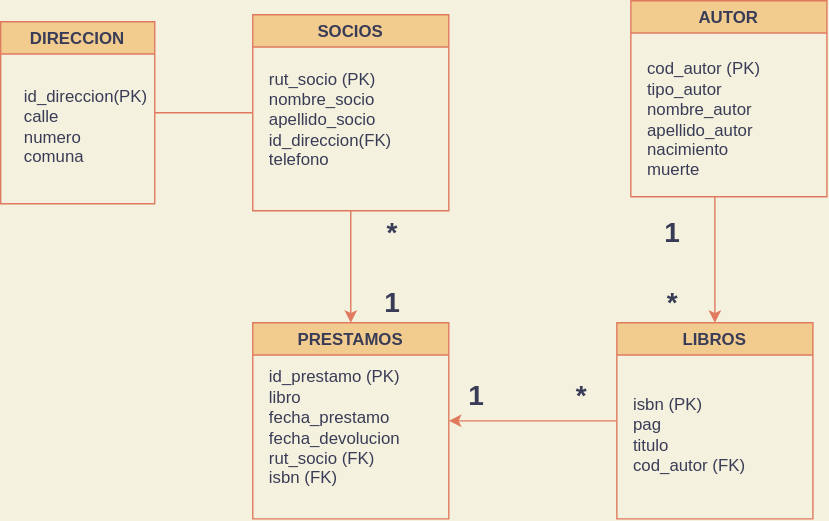
This is Modelo_Logico_02.svg from latiscool/BD_Bilbioteca_LTG, a draw.io export, as it was before one commit. Source tidied: cells renumbered, new cells last; positions are measured from the earlier drawing's top-left corner, leaving out a move shared by most shapes.
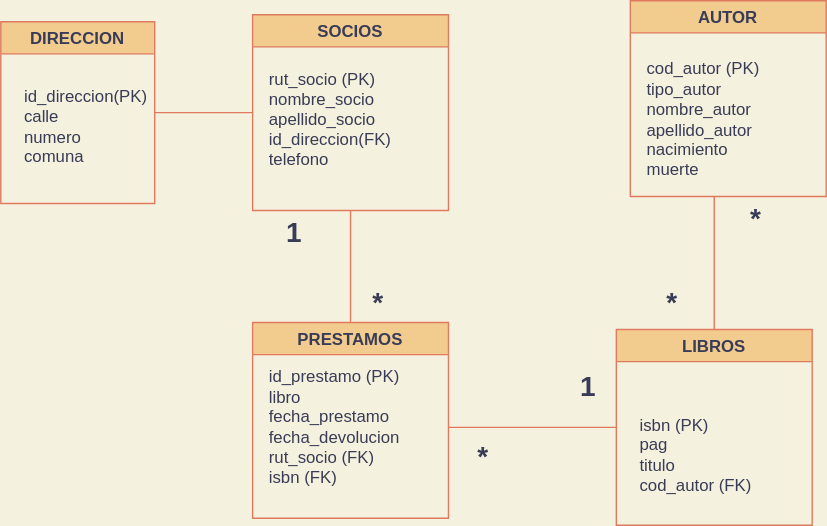
Later version of the same file.

What changed in the source:
```diff
@@ -2,37 +2,23 @@
   <root>
     <mxCell id="0" />
     <mxCell id="1" parent="0" />
-    <mxCell id="2" style="edgeStyle=orthogonalEdgeStyle;rounded=0;jettySize=auto;html=1;labelBackgroundColor=#F4F1DE;strokeColor=#E07A5F;fontColor=#393C56;" parent="1" edge="1" source="3" target="6">
-      <mxGeometry relative="1" as="geometry" />
-    </mxCell>
     <mxCell id="3" value="SOCIOS" style="swimlane;fillColor=#F2CC8F;strokeColor=#E07A5F;fontColor=#393C56;" parent="1" vertex="1">
       <mxGeometry x="180" y="10" width="140" height="140" as="geometry" />
     </mxCell>
     <mxCell id="4" value="&lt;blockquote style=&quot;margin: 0 0 0 40px ; border: none ; padding: 0px&quot;&gt;&lt;/blockquote&gt;&lt;span&gt;rut_socio (PK)&lt;/span&gt;&lt;br&gt;&lt;blockquote style=&quot;margin: 0 0 0 40px ; border: none ; padding: 0px&quot;&gt;&lt;/blockquote&gt;&lt;span&gt;nombre_socio&lt;/span&gt;&lt;br&gt;&lt;blockquote style=&quot;margin: 0 0 0 40px ; border: none ; padding: 0px&quot;&gt;&lt;/blockquote&gt;&lt;span&gt;apellido_socio&lt;/span&gt;&lt;br&gt;&lt;blockquote style=&quot;margin: 0 0 0 40px ; border: none ; padding: 0px&quot;&gt;&lt;/blockquote&gt;&lt;span&gt;id_direccion(FK)&lt;/span&gt;&lt;br&gt;&lt;span&gt;telefono&lt;/span&gt;" style="text;html=1;strokeColor=none;fillColor=none;align=left;verticalAlign=middle;whiteSpace=wrap;rounded=0;fontColor=#393C56;" parent="3" vertex="1">
       <mxGeometry x="10" y="20" width="120" height="110" as="geometry" />
     </mxCell>
-    <mxCell id="5" style="edgeStyle=orthogonalEdgeStyle;rounded=0;jettySize=auto;html=1;labelBackgroundColor=#F4F1DE;strokeColor=#E07A5F;fontColor=#393C56;endArrow=none;endFill=0;startArrow=classic;startFill=1;" parent="1" edge="1" source="6" target="10">
-      <mxGeometry relative="1" as="geometry" />
-    </mxCell>
     <mxCell id="6" value="PRESTAMOS" style="swimlane;startSize=23;fillColor=#F2CC8F;strokeColor=#E07A5F;fontColor=#393C56;" parent="1" vertex="1">
       <mxGeometry x="180" y="230" width="140" height="140" as="geometry" />
     </mxCell>
-    <mxCell id="7" value="&lt;font style=&quot;font-size: 20px;&quot;&gt;&lt;b style=&quot;font-size: 20px;&quot;&gt;1&lt;/b&gt;&lt;/font&gt;" style="text;html=1;strokeColor=none;fillColor=none;align=center;verticalAlign=middle;whiteSpace=wrap;rounded=0;fontSize=20;fontColor=#393C56;" parent="6" vertex="1">
-      <mxGeometry x="70" y="-30" width="60" height="30" as="geometry" />
-    </mxCell>
     <mxCell id="8" value="&lt;blockquote style=&quot;margin: 0 0 0 40px ; border: none ; padding: 0px&quot;&gt;&lt;/blockquote&gt;id_prestamo (PK)&lt;br&gt;libro&lt;br&gt;fecha_prestamo&lt;br&gt;fecha_devolucion&lt;br&gt;rut_socio (FK)&lt;br&gt;isbn (FK)" style="text;html=1;strokeColor=none;fillColor=none;align=left;verticalAlign=middle;whiteSpace=wrap;rounded=0;fontColor=#393C56;" parent="6" vertex="1">
       <mxGeometry x="10" y="20" width="130" height="110" as="geometry" />
     </mxCell>
-    <mxCell id="9" style="edgeStyle=orthogonalEdgeStyle;rounded=0;jettySize=auto;html=1;labelBackgroundColor=#F4F1DE;strokeColor=#E07A5F;fontColor=#393C56;exitX=0.5;exitY=1;exitDx=0;exitDy=0;entryX=0.5;entryY=0;entryDx=0;entryDy=0;" parent="1" edge="1" target="10">
-      <mxGeometry relative="1" as="geometry">
-        <mxPoint x="510" y="140" as="sourcePoint" />
-      </mxGeometry>
-    </mxCell>
     <mxCell id="10" value="LIBROS" style="swimlane;startSize=23;fillColor=#F2CC8F;strokeColor=#E07A5F;fontColor=#393C56;" parent="1" vertex="1">
-      <mxGeometry x="440" y="230" width="140" height="140" as="geometry" />
+      <mxGeometry x="440" y="235" width="140" height="140" as="geometry" />
     </mxCell>
     <mxCell id="11" value="&lt;div&gt;&lt;span&gt;isbn (PK)&lt;/span&gt;&lt;/div&gt;&lt;div&gt;&lt;span&gt;pag&lt;/span&gt;&lt;/div&gt;&lt;div&gt;&lt;span&gt;titulo&lt;/span&gt;&lt;/div&gt;&lt;div&gt;&lt;span&gt;cod_autor (FK)&lt;/span&gt;&lt;/div&gt;" style="text;html=1;strokeColor=none;fillColor=none;align=left;verticalAlign=middle;whiteSpace=wrap;rounded=0;sketch=0;fontColor=#393C56;" parent="10" vertex="1">
-      <mxGeometry x="10" y="30" width="110" height="100" as="geometry" />
+      <mxGeometry x="15" y="40" width="110" height="100" as="geometry" />
     </mxCell>
     <mxCell id="12" value="AUTOR" style="swimlane;fillColor=#F2CC8F;strokeColor=#E07A5F;fontColor=#393C56;" parent="1" vertex="1">
       <mxGeometry x="450" width="140" height="140" as="geometry" />
@@ -41,17 +27,14 @@
       <mxGeometry x="10" y="30" width="120" height="110" as="geometry" />
     </mxCell>
     <mxCell id="14" value="&lt;font style=&quot;font-size: 20px;&quot;&gt;&lt;b style=&quot;font-size: 20px;&quot;&gt;*&lt;/b&gt;&lt;/font&gt;" style="text;html=1;strokeColor=none;fillColor=none;align=center;verticalAlign=middle;whiteSpace=wrap;rounded=0;fontSize=20;fontColor=#393C56;" parent="1" vertex="1">
-      <mxGeometry x="250" y="150" width="60" height="30" as="geometry" />
+      <mxGeometry x="240" y="200" width="60" height="30" as="geometry" />
     </mxCell>
     <mxCell id="15" value="&lt;font style=&quot;font-size: 20px;&quot;&gt;&lt;b style=&quot;font-size: 20px;&quot;&gt;1&lt;/b&gt;&lt;/font&gt;" style="text;html=1;strokeColor=none;fillColor=none;align=center;verticalAlign=middle;whiteSpace=wrap;rounded=0;fontSize=20;fontColor=#393C56;" parent="1" vertex="1">
-      <mxGeometry x="310" y="266" width="60" height="30" as="geometry" />
+      <mxGeometry x="390" y="260" width="60" height="30" as="geometry" />
     </mxCell>
     <mxCell id="16" value="&lt;font style=&quot;font-size: 20px&quot;&gt;&lt;b style=&quot;font-size: 20px&quot;&gt;*&lt;/b&gt;&lt;/font&gt;" style="text;html=1;strokeColor=none;fillColor=none;align=center;verticalAlign=middle;whiteSpace=wrap;rounded=0;fontSize=20;fontColor=#393C56;" parent="1" vertex="1">
-      <mxGeometry x="390" y="266" width="50" height="30" as="geometry" />
+      <mxGeometry x="320" y="310" width="50" height="30" as="geometry" />
     </mxCell>
-    <mxCell id="17" value="&lt;font style=&quot;font-size: 20px;&quot;&gt;&lt;b style=&quot;font-size: 20px;&quot;&gt;1&lt;/b&gt;&lt;/font&gt;" style="text;html=1;strokeColor=none;fillColor=none;align=center;verticalAlign=middle;whiteSpace=wrap;rounded=0;fontSize=20;fontColor=#393C56;" parent="1" vertex="1">
-      <mxGeometry x="450" y="150" width="60" height="30" as="geometry" />
-    </mxCell>
     <mxCell id="18" value="&lt;font style=&quot;font-size: 20px&quot;&gt;&lt;b style=&quot;font-size: 20px&quot;&gt;*&lt;/b&gt;&lt;/font&gt;" style="text;html=1;strokeColor=none;fillColor=none;align=center;verticalAlign=middle;whiteSpace=wrap;rounded=0;fontSize=20;fontColor=#393C56;" parent="1" vertex="1">
       <mxGeometry x="450" y="200" width="60" height="30" as="geometry" />
     </mxCell>
@@ -64,5 +47,20 @@
     <mxCell id="21" style="endArrow=none;html=1;rounded=1;sketch=0;fontColor=#393C56;strokeColor=#E07A5F;fillColor=#F2CC8F;curved=0;exitX=0;exitY=0.5;exitDx=0;exitDy=0;entryX=1;entryY=0.5;entryDx=0;entryDy=0;labelBackgroundColor=#F4F1DE;" parent="1" edge="1" source="3" target="19">
       <mxGeometry relative="1" as="geometry" />
     </mxCell>
+    <mxCell id="7" value="&lt;font style=&quot;font-size: 20px;&quot;&gt;&lt;b style=&quot;font-size: 20px;&quot;&gt;1&lt;/b&gt;&lt;/font&gt;" style="text;html=1;strokeColor=none;fillColor=none;align=center;verticalAlign=middle;whiteSpace=wrap;rounded=0;fontSize=20;fontColor=#393C56;" parent="1" vertex="1">
+      <mxGeometry x="180" y="150" width="60" height="30" as="geometry" />
+    </mxCell>
+    <mxCell id="22" value="&lt;font style=&quot;font-size: 20px&quot;&gt;&lt;b style=&quot;font-size: 20px&quot;&gt;*&lt;/b&gt;&lt;/font&gt;" style="text;html=1;strokeColor=none;fillColor=none;align=center;verticalAlign=middle;whiteSpace=wrap;rounded=0;fontSize=20;fontColor=#393C56;" parent="1" vertex="1">
+      <mxGeometry x="510" y="140" width="60" height="30" as="geometry" />
+    </mxCell>
+    <mxCell id="23" style="endArrow=none;html=1;rounded=1;sketch=0;fontColor=#393C56;strokeColor=#E07A5F;fillColor=#F2CC8F;curved=0;entryX=0.5;entryY=1;entryDx=0;entryDy=0;labelBackgroundColor=#F4F1DE;" parent="1" edge="1" source="6" target="3">
+      <mxGeometry relative="1" as="geometry" />
+    </mxCell>
+    <mxCell id="24" style="endArrow=none;html=1;rounded=1;sketch=0;fontColor=#393C56;strokeColor=#E07A5F;fillColor=#F2CC8F;curved=0;entryX=0;entryY=0;entryDx=0;entryDy=0;labelBackgroundColor=#F4F1DE;exitX=0.5;exitY=0;exitDx=0;exitDy=0;" parent="1" edge="1" source="10" target="22">
+      <mxGeometry relative="1" as="geometry" />
+    </mxCell>
+    <mxCell id="25" style="endArrow=none;html=1;rounded=1;sketch=0;fontColor=#393C56;strokeColor=#E07A5F;fillColor=#F2CC8F;curved=0;entryX=0;entryY=0.5;entryDx=0;entryDy=0;labelBackgroundColor=#F4F1DE;exitX=1;exitY=0.5;exitDx=0;exitDy=0;" parent="1" edge="1" source="8" target="10">
+      <mxGeometry relative="1" as="geometry" />
+    </mxCell>
   </root>
 </mxGraphModel>
```
